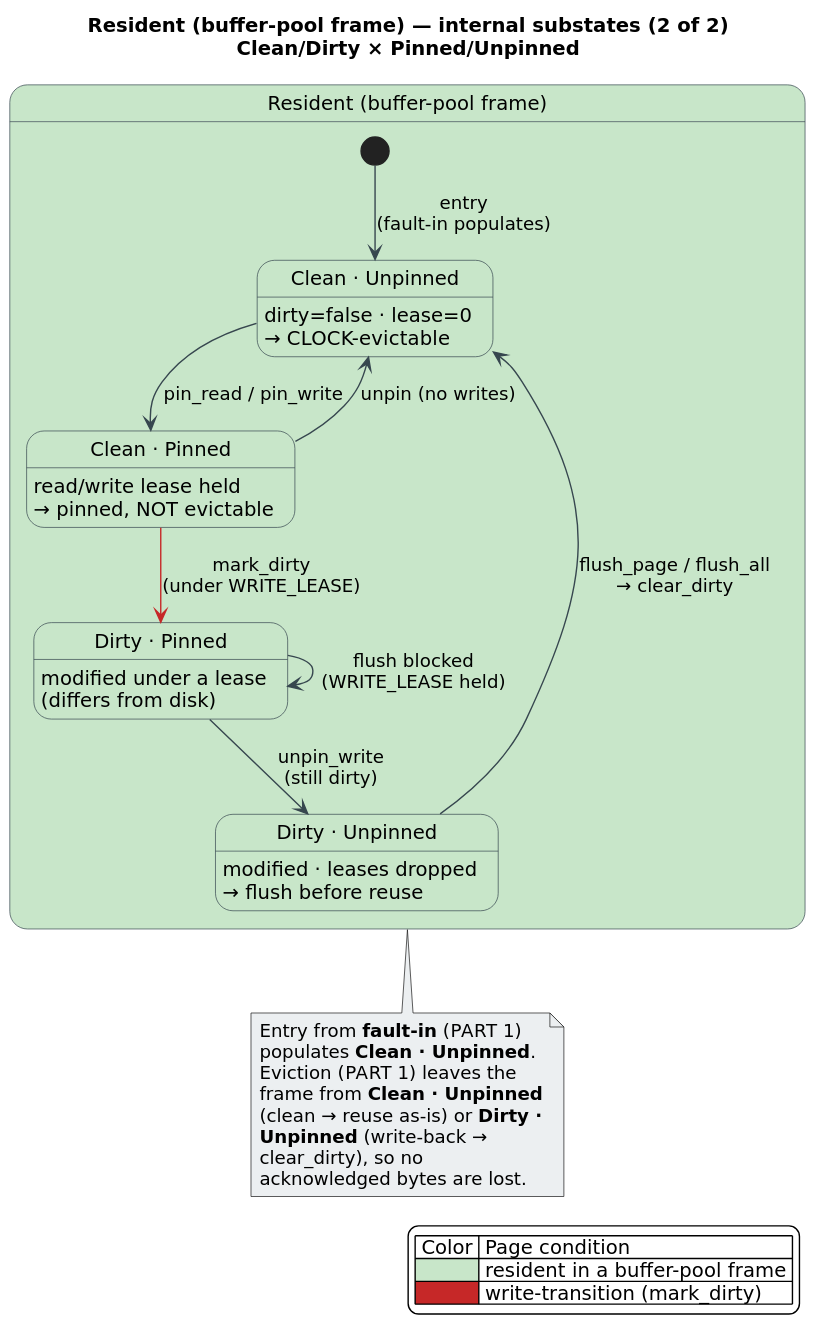
vinary-tree/libdictenstein keeps this PlantUML diagram as docs/diagrams/buffer-page-lifecycle-2.svg. Above is the earlier version. Its source is kept beside it as docs/diagrams/src/buffer-page-lifecycle-2.puml. Source of this version:
```plantuml
@startuml buffer-page-lifecycle-2
skinparam backgroundColor #FFFFFF
skinparam defaultFontName "DejaVu Sans"
skinparam wrapWidth 210
skinparam shadowing false
skinparam ArrowColor #37474F
skinparam state {
  BorderColor #37474F
  FontName "DejaVu Sans"
}

title Resident (buffer-pool frame) — internal substates (2 of 2)\nClean/Dirty × Pinned/Unpinned

state "Resident (buffer-pool frame)" as Resident #C8E6C9 {

  state "Clean · Unpinned" as CleanUnpinned #C8E6C9 : dirty=false · lease=0\n→ CLOCK-evictable
  state "Clean · Pinned" as CleanPinned #C8E6C9 : read/write lease held\n→ pinned, NOT evictable
  state "Dirty · Pinned" as DirtyPinned #C8E6C9 : modified under a lease\n(differs from disk)
  state "Dirty · Unpinned" as DirtyUnpinned #C8E6C9 : modified · leases dropped\n→ flush before reuse

  [*] --> CleanUnpinned : entry\n(fault-in populates)

  CleanUnpinned --> CleanPinned : pin_read / pin_write
  CleanPinned --> CleanUnpinned : unpin (no writes)

  CleanPinned -[#C62828]-> DirtyPinned : mark_dirty\n(under WRITE_LEASE)
  DirtyPinned --> DirtyUnpinned : unpin_write\n(still dirty)

  DirtyUnpinned --> CleanUnpinned : flush_page / flush_all\n→ clear_dirty
  DirtyPinned --> DirtyPinned : flush blocked\n(WRITE_LEASE held)
}

note bottom of Resident #ECEFF1
  Entry from **fault-in** (PART 1) populates **Clean · Unpinned**.
  Eviction (PART 1) leaves the frame from **Clean · Unpinned**
  (clean → reuse as-is) or **Dirty · Unpinned** (write-back →
  clear_dirty), so no acknowledged bytes are lost.
end note

legend right
| Color | Page condition |
|<#C8E6C9>| resident in a buffer-pool frame |
|<#C62828>| write-transition (mark_dirty) |
endlegend
@enduml
```
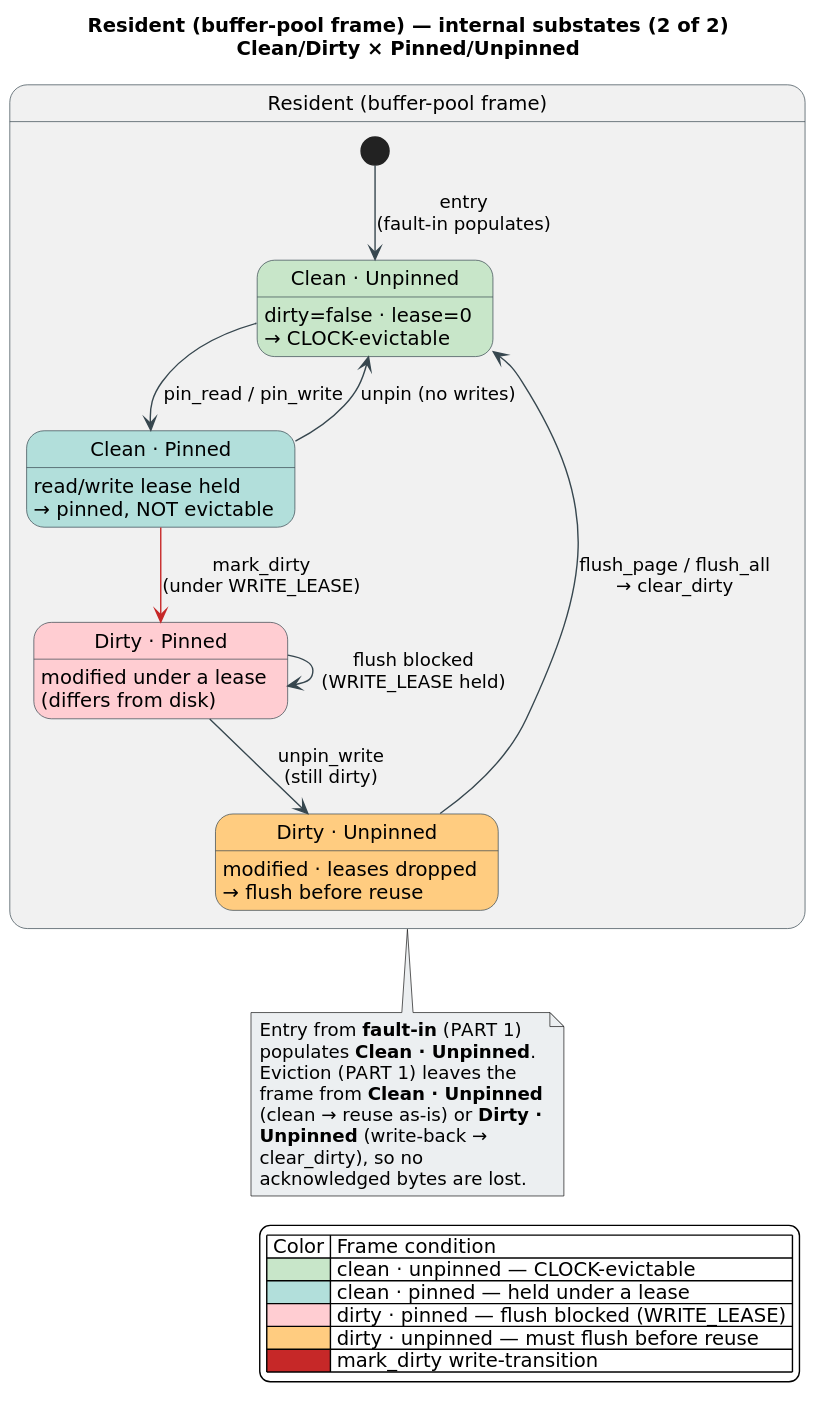
The same diagram one commit later.

The edit, as a diff of the source:
```diff
@@ -11,12 +11,12 @@
 
 title Resident (buffer-pool frame) — internal substates (2 of 2)\nClean/Dirty × Pinned/Unpinned
 
-state "Resident (buffer-pool frame)" as Resident #C8E6C9 {
+state "Resident (buffer-pool frame)" as Resident #F1F1F1 {
 
   state "Clean · Unpinned" as CleanUnpinned #C8E6C9 : dirty=false · lease=0\n→ CLOCK-evictable
-  state "Clean · Pinned" as CleanPinned #C8E6C9 : read/write lease held\n→ pinned, NOT evictable
-  state "Dirty · Pinned" as DirtyPinned #C8E6C9 : modified under a lease\n(differs from disk)
-  state "Dirty · Unpinned" as DirtyUnpinned #C8E6C9 : modified · leases dropped\n→ flush before reuse
+  state "Clean · Pinned" as CleanPinned #B2DFDB : read/write lease held\n→ pinned, NOT evictable
+  state "Dirty · Pinned" as DirtyPinned #FFCDD2 : modified under a lease\n(differs from disk)
+  state "Dirty · Unpinned" as DirtyUnpinned #FFCC80 : modified · leases dropped\n→ flush before reuse
 
   [*] --> CleanUnpinned : entry\n(fault-in populates)
 
@@ -38,8 +38,11 @@
 end note
 
 legend right
-| Color | Page condition |
-|<#C8E6C9>| resident in a buffer-pool frame |
-|<#C62828>| write-transition (mark_dirty) |
+| Color | Frame condition |
+|<#C8E6C9>| clean · unpinned — CLOCK-evictable |
+|<#B2DFDB>| clean · pinned — held under a lease |
+|<#FFCDD2>| dirty · pinned — flush blocked (WRITE_LEASE) |
+|<#FFCC80>| dirty · unpinned — must flush before reuse |
+|<#C62828>| mark_dirty write-transition |
 endlegend
 @enduml
```
